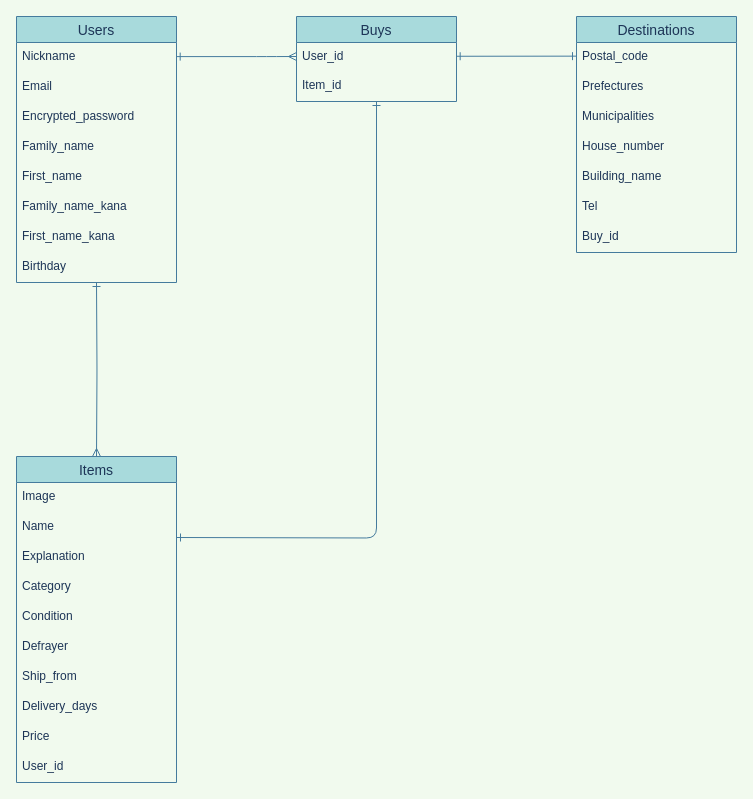
Above: furima.dio in katao-eng/furima-36195 (draw.io), before the change. Source tidied: cells renumbered, new cells numbered last; positions are measured from the earlier drawing's top-left corner, leaving out a move shared by most shapes. Both pictures are drawn from the tidied source at 100%, with x=0, y=0 at pixel (16, 16).
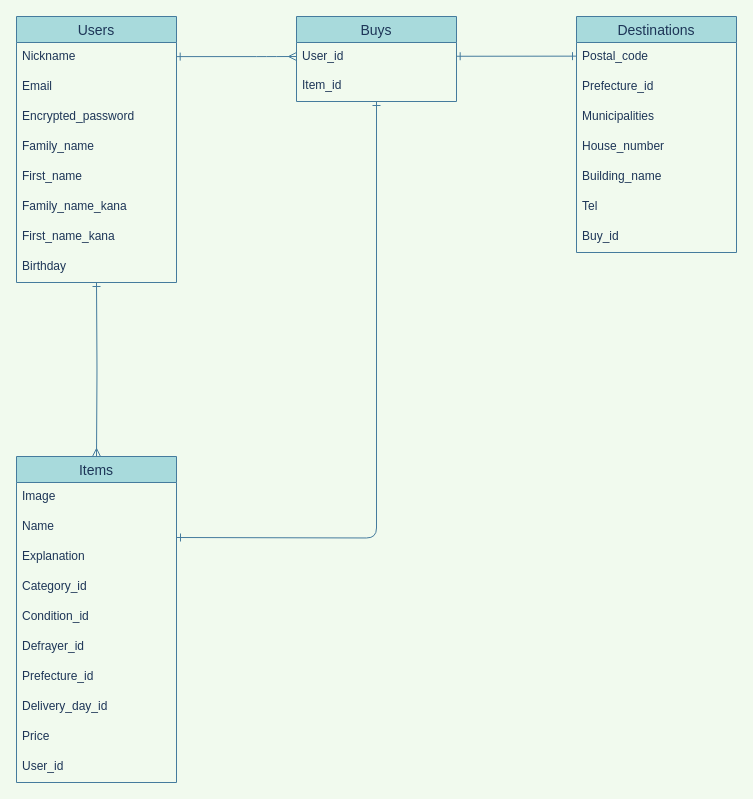
The same diagram, later.

Commit message (it also covers changes not shown here):
READMEとER図の修正２　都道府県カラムを統一

The change refers to these unchanged cells:
```xml
<mxCell id="11" value="Items" style="swimlane;fontStyle=0;horizontal=1;startSize=26;align=center;fontSize=14;fillColor=#A8DADC;strokeColor=#457B9D;fontColor=#1D3557;" parent="1" vertex="1">
  <mxGeometry y="440" width="160" height="326" as="geometry" />
</mxCell>
<mxCell id="22" value="Destinations" style="swimlane;fontStyle=0;horizontal=1;startSize=26;align=center;fontSize=14;fillColor=#A8DADC;strokeColor=#457B9D;fontColor=#1D3557;" parent="1" vertex="1">
  <mxGeometry x="560" width="160" height="236" as="geometry" />
</mxCell>
```

What changed in the source:
```diff
@@
-    <mxCell id="15" value="Category" style="text;strokeColor=none;fillColor=none;spacingLeft=4;spacingRight=4;overflow=hidden;fontSize=12;fontColor=#1D3557;" parent="11" vertex="1">
+    <mxCell id="15" value="Category_id" style="text;strokeColor=none;fillColor=none;spacingLeft=4;spacingRight=4;overflow=hidden;fontSize=12;fontColor=#1D3557;" parent="11" vertex="1">
       <mxGeometry y="116" width="160" height="30" as="geometry" />
     </mxCell>
-    <mxCell id="16" value="Condition" style="text;strokeColor=none;fillColor=none;spacingLeft=4;spacingRight=4;overflow=hidden;fontSize=12;fontColor=#1D3557;" parent="11" vertex="1">
+    <mxCell id="16" value="Condition_id" style="text;strokeColor=none;fillColor=none;spacingLeft=4;spacingRight=4;overflow=hidden;fontSize=12;fontColor=#1D3557;" parent="11" vertex="1">
       <mxGeometry y="146" width="160" height="30" as="geometry" />
     </mxCell>
-    <mxCell id="17" value="Defrayer" style="text;strokeColor=none;fillColor=none;spacingLeft=4;spacingRight=4;overflow=hidden;fontSize=12;fontColor=#1D3557;" parent="11" vertex="1">
+    <mxCell id="17" value="Defrayer_id" style="text;strokeColor=none;fillColor=none;spacingLeft=4;spacingRight=4;overflow=hidden;fontSize=12;fontColor=#1D3557;" parent="11" vertex="1">
       <mxGeometry y="176" width="160" height="30" as="geometry" />
     </mxCell>
-    <mxCell id="18" value="Ship_from" style="text;strokeColor=none;fillColor=none;spacingLeft=4;spacingRight=4;overflow=hidden;fontSize=12;fontColor=#1D3557;" parent="11" vertex="1">
+    <mxCell id="18" value="Prefecture_id" style="text;strokeColor=none;fillColor=none;spacingLeft=4;spacingRight=4;overflow=hidden;fontSize=12;fontColor=#1D3557;" parent="11" vertex="1">
       <mxGeometry y="206" width="160" height="30" as="geometry" />
     </mxCell>
-    <mxCell id="19" value="Delivery_days" style="text;strokeColor=none;fillColor=none;spacingLeft=4;spacingRight=4;overflow=hidden;fontSize=12;fontColor=#1D3557;" parent="11" vertex="1">
+    <mxCell id="19" value="Delivery_day_id" style="text;strokeColor=none;fillColor=none;spacingLeft=4;spacingRight=4;overflow=hidden;fontSize=12;fontColor=#1D3557;" parent="11" vertex="1">
       <mxGeometry y="236" width="160" height="30" as="geometry" />
     </mxCell>
@@
-    <mxCell id="24" value="Prefectures" style="text;strokeColor=none;fillColor=none;spacingLeft=4;spacingRight=4;overflow=hidden;fontSize=12;fontColor=#1D3557;" parent="22" vertex="1">
+    <mxCell id="24" value="Prefecture_id" style="text;strokeColor=none;fillColor=none;spacingLeft=4;spacingRight=4;overflow=hidden;fontSize=12;fontColor=#1D3557;" parent="22" vertex="1">
       <mxGeometry y="56" width="160" height="30" as="geometry" />
     </mxCell>
```
